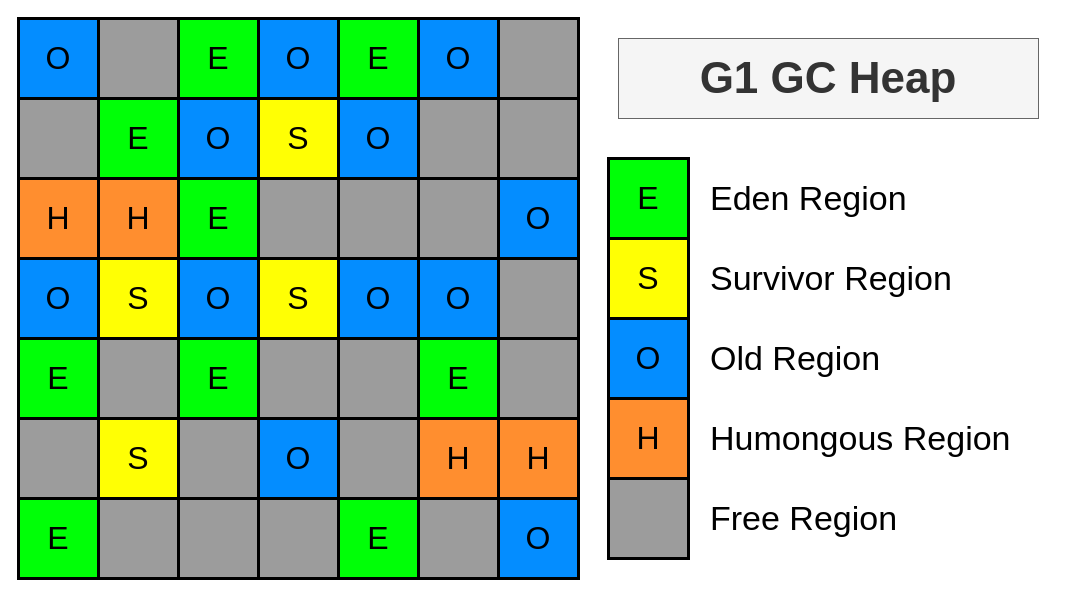
Before: static/diagrams/java.drawio in diguage/www.diguage.com, a draw.io diagram. Source tidied: cells renumbered, new cells numbered last; positions are measured from the earlier drawing's top-left corner, leaving out a move shared by most shapes. Both pictures are drawn from the tidied source at 100%, with x=0, y=0 at pixel (18, 18).
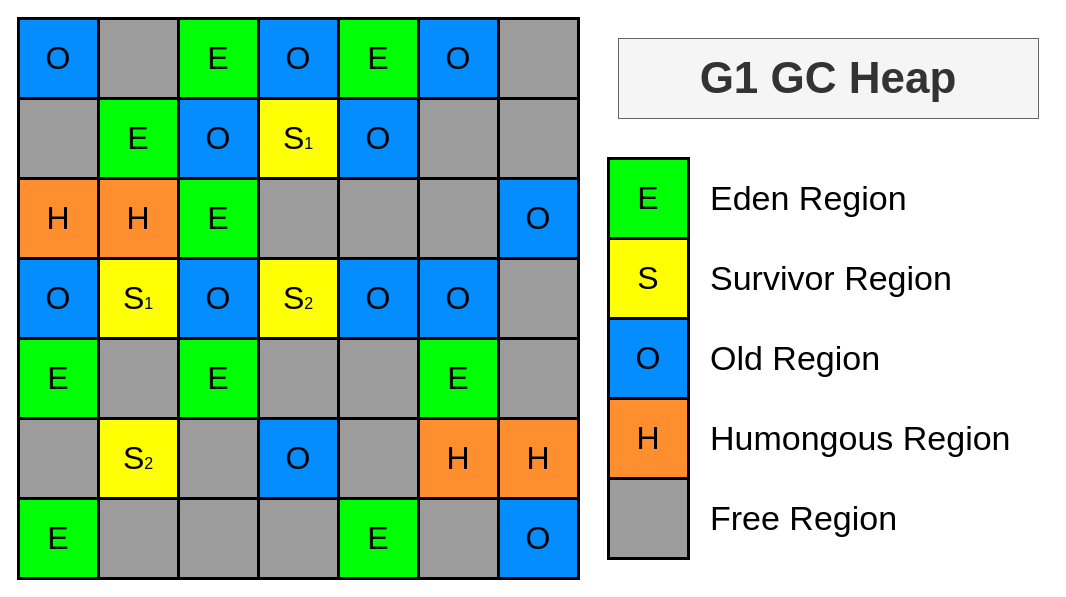
After the change.

What changed in the source:
```diff
@@
-    <mxCell id="12" value="S" style="whiteSpace=wrap;html=1;strokeWidth=3;fillColor=#ffff04;fontSize=32;fontFamily=JetBrains Mono;" parent="1" vertex="1">
+    <mxCell id="12" value="S&lt;font style=&quot;font-size: 16px;&quot;&gt;1&lt;/font&gt;" style="whiteSpace=wrap;html=1;strokeWidth=3;fillColor=#ffff04;fontSize=32;fontFamily=JetBrains Mono;" parent="1" vertex="1">
       <mxGeometry x="240" y="80" width="80" height="80" as="geometry" />
     </mxCell>
@@
-    <mxCell id="24" value="S" style="whiteSpace=wrap;html=1;strokeWidth=3;fillColor=#ffff04;fontSize=32;fontFamily=JetBrains Mono;" parent="1" vertex="1">
+    <mxCell id="24" value="S&lt;span style=&quot;font-size: 16px;&quot;&gt;1&lt;/span&gt;" style="whiteSpace=wrap;html=1;strokeWidth=3;fillColor=#ffff04;fontSize=32;fontFamily=JetBrains Mono;" parent="1" vertex="1">
       <mxGeometry x="80" y="240" width="80" height="80" as="geometry" />
     </mxCell>
@@
-    <mxCell id="26" value="S" style="whiteSpace=wrap;html=1;strokeWidth=3;fillColor=#ffff04;fontSize=32;fontFamily=JetBrains Mono;" parent="1" vertex="1">
+    <mxCell id="26" value="S&lt;span style=&quot;font-size: 16px;&quot;&gt;2&lt;/span&gt;" style="whiteSpace=wrap;html=1;strokeWidth=3;fillColor=#ffff04;fontSize=32;fontFamily=JetBrains Mono;" parent="1" vertex="1">
       <mxGeometry x="240" y="240" width="80" height="80" as="geometry" />
     </mxCell>
@@
-    <mxCell id="38" value="S" style="whiteSpace=wrap;html=1;strokeWidth=3;fillColor=#ffff04;fontSize=32;fontFamily=JetBrains Mono;" parent="1" vertex="1">
+    <mxCell id="38" value="S&lt;span style=&quot;font-size: 16px;&quot;&gt;2&lt;/span&gt;" style="whiteSpace=wrap;html=1;strokeWidth=3;fillColor=#ffff04;fontSize=32;fontFamily=JetBrains Mono;" parent="1" vertex="1">
       <mxGeometry x="80" y="400" width="80" height="80" as="geometry" />
     </mxCell>
```
